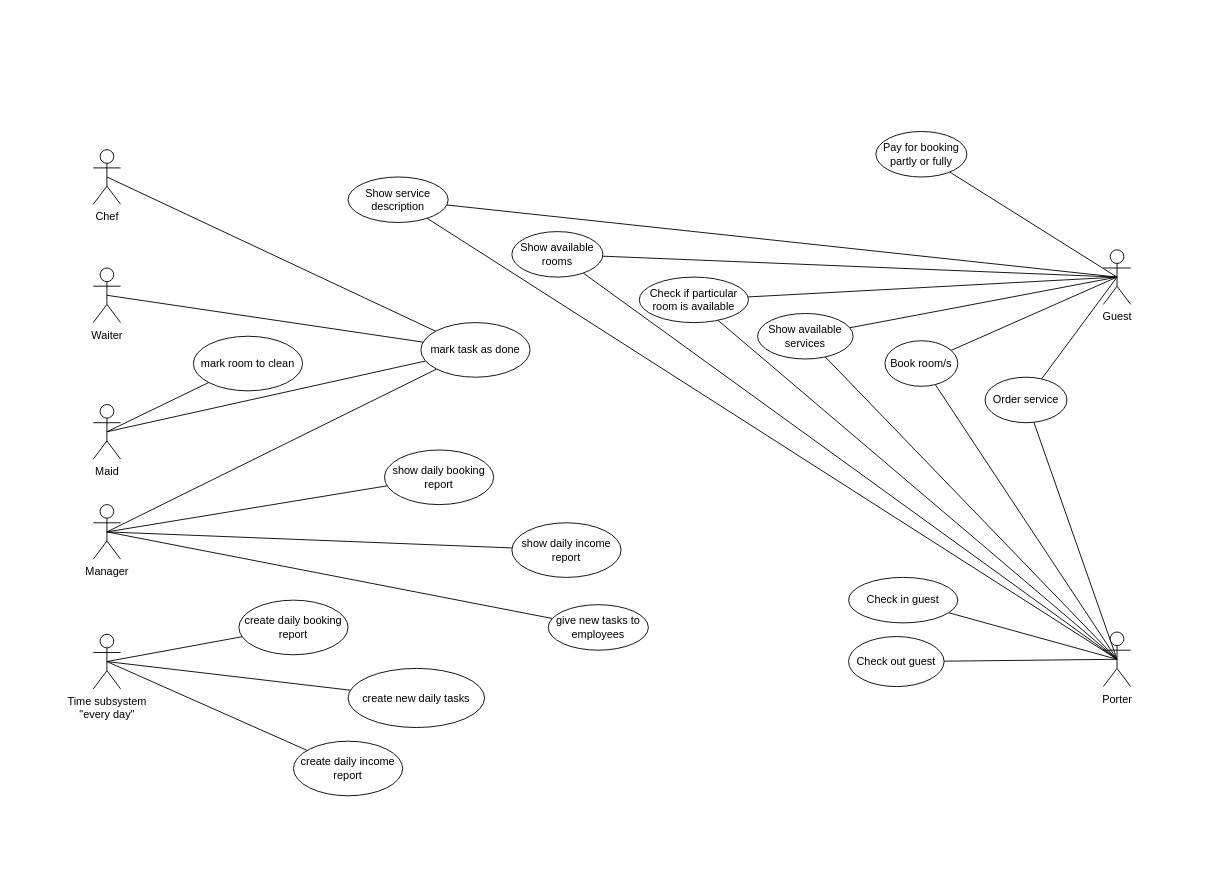
The draw.io diagram hotel-management-use-case-diagram.drawio in syndaez/hotel-management, before the edit. Source tidied: cells renumbered, new cells numbered last; positions are measured from the earlier drawing's top-left corner, leaving out a move shared by most shapes. Both pictures are drawn from the tidied source at 91%, with x=0, y=0 at pixel (93, 131).
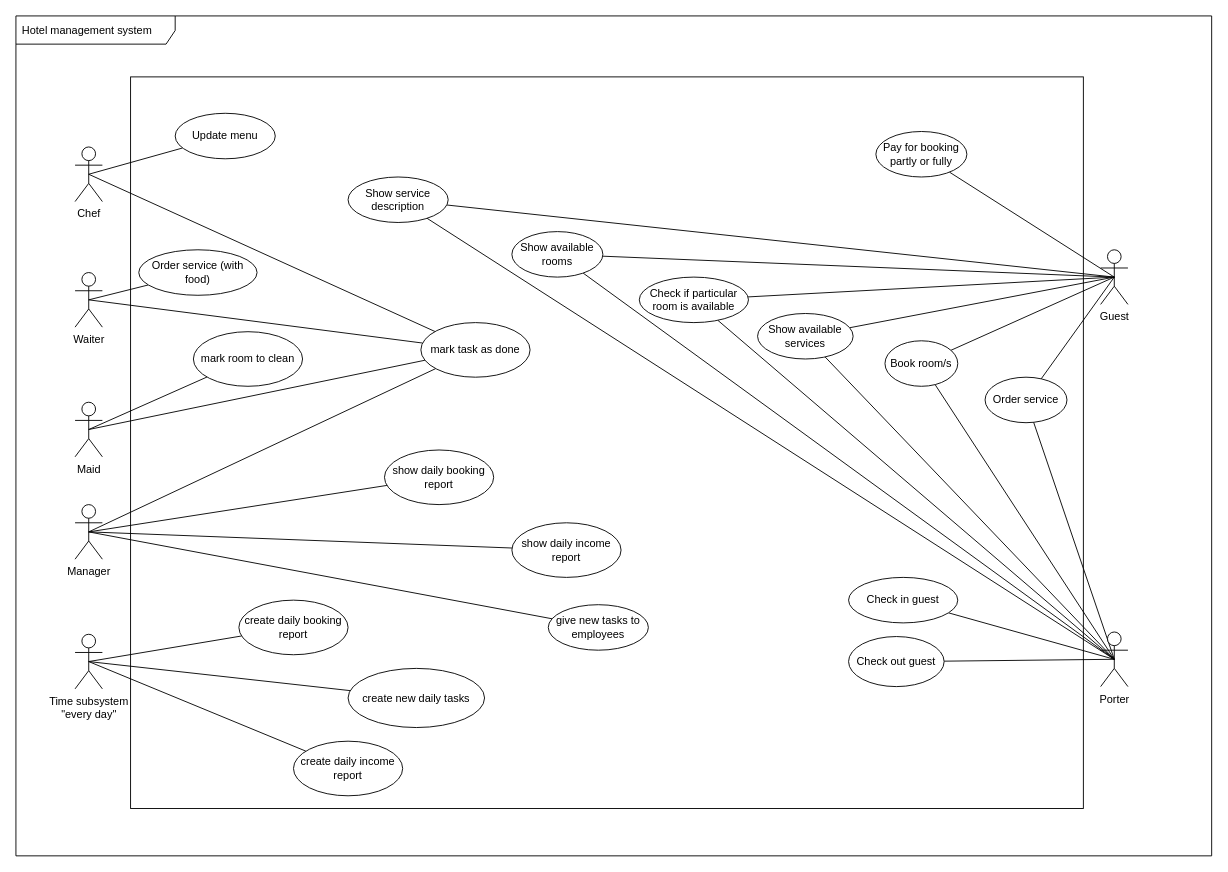
The same diagram, later.

Diff of the diagram source:
```diff
@@
+    <mxCell id="52" style="edgeStyle=none;rounded=0;jettySize=auto;html=1;endArrow=none;endFill=0;exitX=0.5;exitY=0.5;exitDx=0;exitDy=0;exitPerimeter=0;" parent="1" edge="1" source="3" target="55">
+      <mxGeometry relative="1" as="geometry" />
+    </mxCell>
     <mxCell id="3" value="Waiter" style="shape=umlActor;verticalLabelPosition=bottom;verticalAlign=top;html=1;" parent="1" vertex="1">
-      <mxGeometry y="150" width="30" height="60" as="geometry" />
+      <mxGeometry x="-20" y="155" width="30" height="60" as="geometry" />
     </mxCell>
@@
     <mxCell id="8" value="Manager" style="shape=umlActor;verticalLabelPosition=bottom;verticalAlign=top;html=1;" parent="1" vertex="1">
-      <mxGeometry y="410" width="30" height="60" as="geometry" />
+      <mxGeometry x="-20" y="410" width="30" height="60" as="geometry" />
     </mxCell>
@@
+    <mxCell id="53" style="edgeStyle=none;rounded=0;jettySize=auto;html=1;endArrow=none;endFill=0;exitX=0.5;exitY=0.5;exitDx=0;exitDy=0;exitPerimeter=0;" parent="1" edge="1" source="10" target="54">
+      <mxGeometry relative="1" as="geometry" />
+    </mxCell>
     <mxCell id="10" value="Chef" style="shape=umlActor;verticalLabelPosition=bottom;verticalAlign=top;html=1;" parent="1" vertex="1">
-      <mxGeometry y="20" width="30" height="60" as="geometry" />
+      <mxGeometry x="-20" y="17" width="30" height="60" as="geometry" />
     </mxCell>
@@
     <mxCell id="13" value="Maid" style="shape=umlActor;verticalLabelPosition=bottom;verticalAlign=top;html=1;" parent="1" vertex="1">
-      <mxGeometry y="300" width="30" height="60" as="geometry" />
+      <mxGeometry x="-20" y="297.5" width="30" height="60" as="geometry" />
     </mxCell>
@@
     <mxCell id="22" value="Porter" style="shape=umlActor;verticalLabelPosition=bottom;verticalAlign=top;html=1;" parent="1" vertex="1">
-      <mxGeometry x="1110" y="550" width="30" height="60" as="geometry" />
+      <mxGeometry x="1107" y="550" width="30" height="60" as="geometry" />
     </mxCell>
@@
     <mxCell id="30" value="&lt;div&gt;Guest&lt;/div&gt;" style="shape=umlActor;verticalLabelPosition=bottom;verticalAlign=top;html=1;" parent="1" vertex="1">
-      <mxGeometry x="1110" y="130" width="30" height="60" as="geometry" />
+      <mxGeometry x="1107" y="130" width="30" height="60" as="geometry" />
     </mxCell>
@@
     <mxCell id="34" value="&lt;div&gt;Time subsystem&lt;/div&gt;&lt;div&gt;&quot;every day&quot;&lt;br&gt;&lt;/div&gt;" style="shape=umlActor;verticalLabelPosition=bottom;verticalAlign=top;html=1;" parent="1" vertex="1">
-      <mxGeometry y="552.5" width="30" height="60" as="geometry" />
+      <mxGeometry x="-20" y="552.5" width="30" height="60" as="geometry" />
     </mxCell>
@@
     <mxCell id="49" value="mark room to clean" style="ellipse;whiteSpace=wrap;html=1;" parent="1" vertex="1">
-      <mxGeometry x="110" y="225" width="120" height="60" as="geometry" />
+      <mxGeometry x="110" y="220" width="120" height="60" as="geometry" />
     </mxCell>
@@
+    <mxCell id="54" value="Update menu" style="ellipse;whiteSpace=wrap;html=1;" parent="1" vertex="1">
+      <mxGeometry x="90" y="-20" width="110" height="50" as="geometry" />
+    </mxCell>
+    <mxCell id="55" value="Order service (with food)" style="ellipse;whiteSpace=wrap;html=1;" parent="1" vertex="1">
+      <mxGeometry x="50" y="130" width="130" height="50" as="geometry" />
+    </mxCell>
+    <mxCell id="56" style="rounded=0;whiteSpace=wrap;html=1;fillColor=none;" parent="1" vertex="1">
+      <mxGeometry x="41" y="-60" width="1047" height="804" as="geometry" />
+    </mxCell>
+    <mxCell id="57" value="Hotel management system" style="shape=umlFrame;whiteSpace=wrap;html=1;width=175;height=31;boundedLbl=1;verticalAlign=middle;align=left;spacingLeft=5;fillColor=none;" parent="1" vertex="1">
+      <mxGeometry x="-85" y="-127" width="1314" height="923" as="geometry" />
+    </mxCell>
+    <mxCell id="58" style="edgeStyle=none;rounded=0;orthogonalLoop=1;jettySize=auto;html=1;exitX=1;exitY=1;exitDx=0;exitDy=0;exitPerimeter=0;endArrow=none;endFill=0;" parent="1" edge="1" source="3" target="3">
+      <mxGeometry relative="1" as="geometry" />
+    </mxCell>
```
